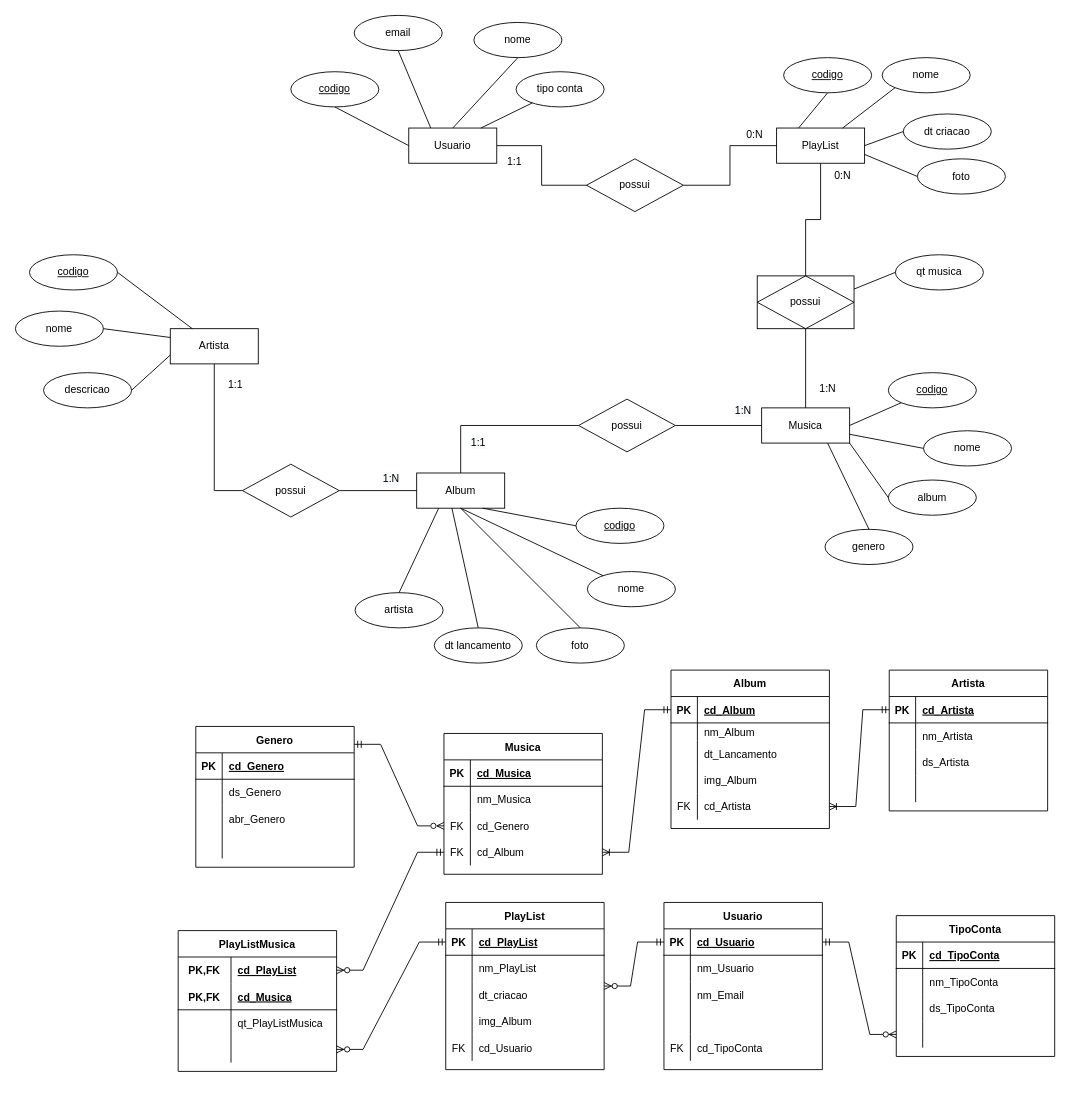
NicolyAvelino/ModelagemBancoDeDados keeps this draw.io diagram as Spotify.drawio. Above is the earlier version. Source tidied: cells renumbered, new cells numbered last; positions are measured from the earlier drawing's top-left corner, leaving out a move shared by most shapes. Both pictures are drawn from the tidied source at 88%, with x=0, y=0 at pixel (15, 15).
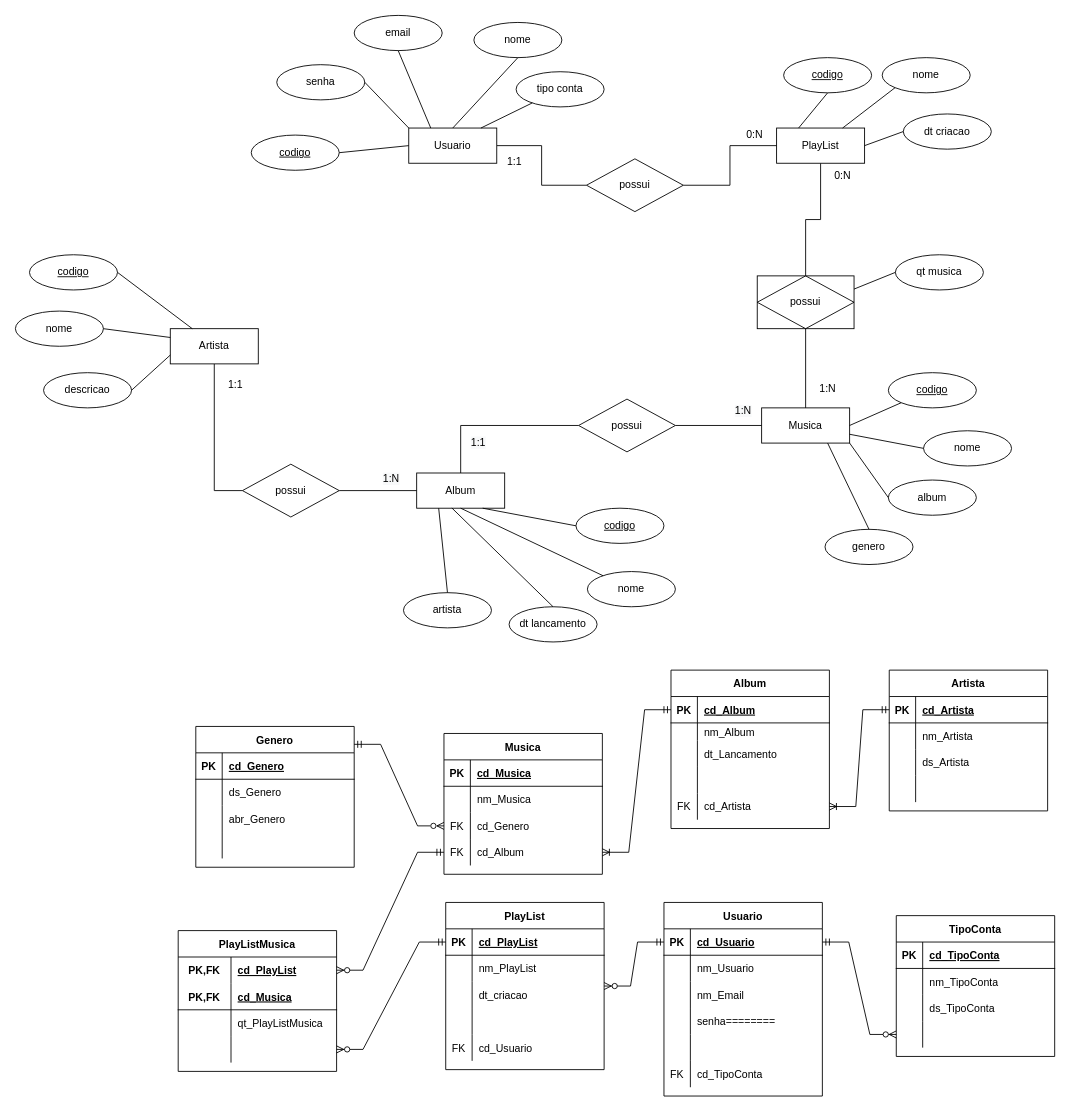
Above is the later version.

Unchanged cells that the change refers to:
```xml
<mxCell id="3" value="Album" style="whiteSpace=wrap;html=1;align=center;" parent="1" vertex="1">
  <mxGeometry x="456" y="520" width="100" height="40" as="geometry" />
</mxCell>
<mxCell id="5" value="PlayList" style="whiteSpace=wrap;html=1;align=center;" parent="1" vertex="1">
  <mxGeometry x="865" y="128" width="100" height="40" as="geometry" />
</mxCell>
<mxCell id="7" value="Usuario" style="whiteSpace=wrap;html=1;align=center;" parent="1" vertex="1">
  <mxGeometry x="447" y="128" width="100" height="40" as="geometry" />
</mxCell>
<mxCell id="90" style="shape=tableRow;horizontal=0;startSize=0;swimlaneHead=0;swimlaneBody=0;fillColor=none;top=0;left=0;right=0;bottom=0;" parent="80" vertex="1">
  <mxGeometry y="110" width="180" height="30" as="geometry" />
</mxCell>
<mxCell id="135" style="shape=tableRow;horizontal=0;startSize=0;swimlaneHead=0;swimlaneBody=0;fillColor=none;top=0;left=0;right=0;bottom=0;" parent="125" vertex="1">
  <mxGeometry y="120" width="180" height="30" as="geometry" />
</mxCell>
```

What changed in the source:
```diff
@@
     <mxCell id="9" value="codigo" style="ellipse;whiteSpace=wrap;html=1;align=center;fontStyle=4;" parent="1" vertex="1">
-      <mxGeometry x="313" y="64" width="100" height="40" as="geometry" />
+      <mxGeometry x="268" y="136" width="100" height="40" as="geometry" />
     </mxCell>
@@
-    <mxCell id="12" style="endArrow=none;html=1;rounded=0;exitX=0.5;exitY=1;exitDx=0;exitDy=0;entryX=0;entryY=0.5;entryDx=0;entryDy=0;" parent="1" edge="1" source="9" target="7">
+    <mxCell id="12" style="endArrow=none;html=1;rounded=0;exitX=1;exitY=0.5;exitDx=0;exitDy=0;entryX=0;entryY=0.5;entryDx=0;entryDy=0;" parent="1" edge="1" source="9" target="7">
       <mxGeometry relative="1" as="geometry" />
     </mxCell>
@@
-    <mxCell id="36" value="foto" style="ellipse;whiteSpace=wrap;html=1;align=center;" parent="1" vertex="1">
-      <mxGeometry x="1025" y="163" width="100" height="40" as="geometry" />
-    </mxCell>
-    <mxCell id="37" style="endArrow=none;html=1;rounded=0;exitX=0;exitY=0.5;exitDx=0;exitDy=0;entryX=1;entryY=0.75;entryDx=0;entryDy=0;" parent="1" edge="1" source="36" target="5">
-      <mxGeometry relative="1" as="geometry" />
-    </mxCell>
@@
-    <mxCell id="54" value="foto" style="ellipse;whiteSpace=wrap;html=1;align=center;" parent="1" vertex="1">
-      <mxGeometry x="592" y="696" width="100" height="40" as="geometry" />
-    </mxCell>
     <mxCell id="55" value="dt lancamento" style="ellipse;whiteSpace=wrap;html=1;align=center;" parent="1" vertex="1">
-      <mxGeometry x="476" y="696" width="100" height="40" as="geometry" />
+      <mxGeometry x="561" y="672" width="100" height="40" as="geometry" />
     </mxCell>
     <mxCell id="56" value="artista" style="ellipse;whiteSpace=wrap;html=1;align=center;" parent="1" vertex="1">
-      <mxGeometry x="386" y="656" width="100" height="40" as="geometry" />
+      <mxGeometry x="441" y="656" width="100" height="40" as="geometry" />
     </mxCell>
@@
-    <mxCell id="58" style="endArrow=none;html=1;rounded=0;exitX=0.5;exitY=0;exitDx=0;exitDy=0;entryX=0.5;entryY=1;entryDx=0;entryDy=0;" parent="1" edge="1" source="54" target="3">
-      <mxGeometry relative="1" as="geometry" />
-    </mxCell>
@@
-    <mxCell id="92" value="img_Album" style="shape=partialRectangle;fillColor=none;top=0;left=0;bottom=0;right=0;align=left;spacingLeft=6;overflow=hidden;" parent="90" vertex="1">
+    <mxCell id="92" style="shape=partialRectangle;fillColor=none;top=0;left=0;bottom=0;right=0;align=left;spacingLeft=6;overflow=hidden;" parent="90" vertex="1">
       <mxGeometry x="30" width="150" height="30" as="geometry" />
     </mxCell>
@@
-    <mxCell id="137" value="img_Album" style="shape=partialRectangle;fillColor=none;top=0;left=0;bottom=0;right=0;align=left;spacingLeft=6;overflow=hidden;" parent="135" vertex="1">
+    <mxCell id="137" style="shape=partialRectangle;fillColor=none;top=0;left=0;bottom=0;right=0;align=left;spacingLeft=6;overflow=hidden;" parent="135" vertex="1">
       <mxGeometry x="30" width="150" height="30" as="geometry" />
     </mxCell>
@@
     <mxCell id="157" value="Usuario" style="shape=table;startSize=30;childLayout=tableLayout;rowLines=0;fontStyle=1;align=center;" parent="1" vertex="1">
-      <mxGeometry x="737" y="1008" width="180" height="190" as="geometry" />
+      <mxGeometry x="737" y="1008" width="180" height="220" as="geometry" />
     </mxCell>
@@
+    <mxCell id="189" style="shape=tableRow;horizontal=0;startSize=0;swimlaneHead=0;swimlaneBody=0;fillColor=none;top=0;left=0;right=0;bottom=0;" parent="157" vertex="1">
+      <mxGeometry y="120" width="180" height="30" as="geometry" />
+    </mxCell>
+    <mxCell id="190" style="shape=partialRectangle;fillColor=none;top=0;left=0;bottom=0;right=0;overflow=hidden;" parent="189" vertex="1">
+      <mxGeometry width="30" height="30" as="geometry" />
+    </mxCell>
+    <mxCell id="191" value="senha========" style="shape=partialRectangle;fillColor=none;top=0;left=0;bottom=0;right=0;align=left;spacingLeft=6;overflow=hidden;" parent="189" vertex="1">
+      <mxGeometry x="30" width="150" height="30" as="geometry" />
+    </mxCell>
     <mxCell id="167" style="shape=tableRow;horizontal=0;startSize=0;swimlaneHead=0;swimlaneBody=0;fillColor=none;top=0;left=0;right=0;bottom=0;" parent="157" vertex="1">
-      <mxGeometry y="120" width="180" height="30" as="geometry" />
+      <mxGeometry y="150" width="180" height="30" as="geometry" />
     </mxCell>
@@
     <mxCell id="170" style="shape=tableRow;horizontal=0;startSize=0;swimlaneHead=0;swimlaneBody=0;fillColor=none;top=0;left=0;right=0;bottom=0;" parent="157" vertex="1">
-      <mxGeometry y="150" width="180" height="30" as="geometry" />
+      <mxGeometry y="180" width="180" height="30" as="geometry" />
     </mxCell>
@@
+    <mxCell id="192" value="senha" style="ellipse;whiteSpace=wrap;html=1;align=center;" parent="1" vertex="1">
+      <mxGeometry x="297" y="56" width="100" height="40" as="geometry" />
+    </mxCell>
+    <mxCell id="193" style="endArrow=none;html=1;rounded=0;exitX=1;exitY=0.5;exitDx=0;exitDy=0;entryX=0;entryY=0;entryDx=0;entryDy=0;" parent="1" edge="1" source="192" target="7">
+      <mxGeometry relative="1" as="geometry" />
+    </mxCell>
```
